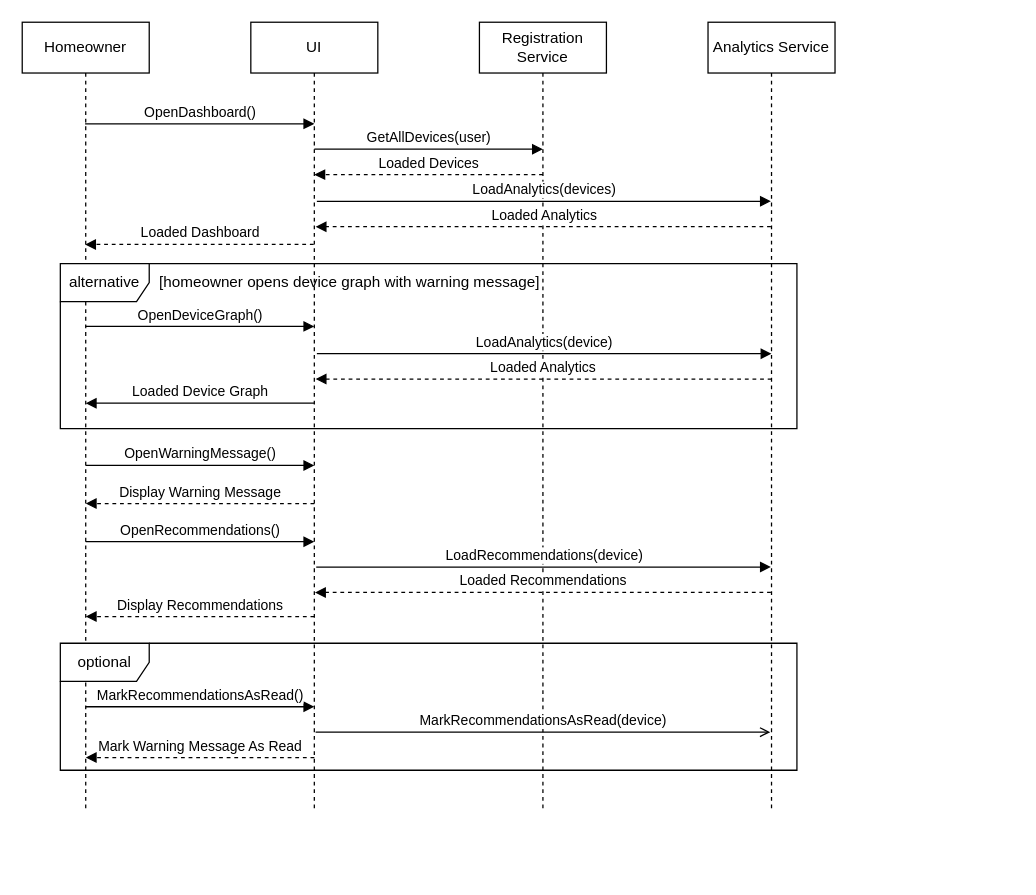
uvic-teach/project-m1-team15 keeps this draw.io diagram as milestone-2/sequence-diagrams/3_2_SequenceDiagram.drawio. Above is the earlier version. Source tidied: cells renumbered, new cells numbered last; positions are measured from the earlier drawing's top-left corner, leaving out a move shared by most shapes. Both pictures are drawn from the tidied source at 127%, with x=0, y=0 at pixel (22, 22).
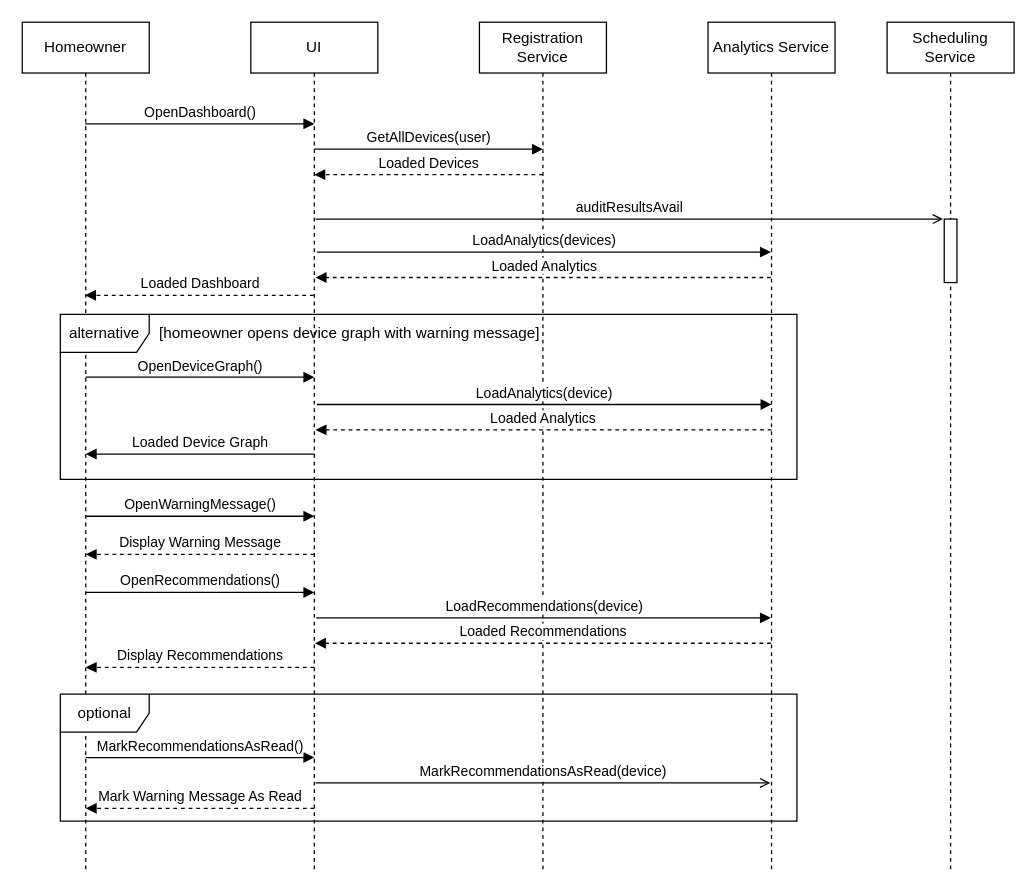
Above is the later version.

Commit message:
Add check for audit results 3_2_SequenceDiagram.drawio

Diff of the diagram source:
```diff
@@
     <mxCell id="2" value="Homeowner" style="shape=umlLifeline;perimeter=lifelinePerimeter;whiteSpace=wrap;html=1;outlineConnect=0;portConstraint=eastwest;newEdgeStyle={&quot;edgeStyle&quot;:&quot;elbowEdgeStyle&quot;,&quot;elbow&quot;:&quot;vertical&quot;,&quot;curved&quot;:0,&quot;rounded&quot;:0};" parent="1" vertex="1">
-      <mxGeometry width="100" height="620" as="geometry" />
+      <mxGeometry width="100" height="670" as="geometry" />
     </mxCell>
     <mxCell id="3" value="UI" style="shape=umlLifeline;perimeter=lifelinePerimeter;whiteSpace=wrap;html=1;newEdgeStyle={&quot;edgeStyle&quot;:&quot;elbowEdgeStyle&quot;,&quot;elbow&quot;:&quot;vertical&quot;,&quot;curved&quot;:0,&quot;rounded&quot;:0};" parent="1" vertex="1">
-      <mxGeometry x="180" width="100" height="620" as="geometry" />
+      <mxGeometry x="180" width="100" height="670" as="geometry" />
     </mxCell>
@@
     <mxCell id="5" value="Loaded Dashboard" style="html=1;verticalAlign=bottom;endArrow=block;edgeStyle=elbowEdgeStyle;elbow=vertical;curved=0;rounded=0;dashed=1;" parent="1" edge="1">
       <mxGeometry relative="1" as="geometry">
-        <mxPoint x="229.5" y="175" as="sourcePoint" />
-        <mxPoint x="49.5" y="175" as="targetPoint" />
+        <mxPoint x="229.5" y="215" as="sourcePoint" />
+        <mxPoint x="49.5" y="215" as="targetPoint" />
         <Array as="points">
-          <mxPoint x="150" y="175" />
+          <mxPoint x="150" y="215" />
         </Array>
       </mxGeometry>
     </mxCell>
     <mxCell id="6" value="Registration Service" style="shape=umlLifeline;perimeter=lifelinePerimeter;whiteSpace=wrap;html=1;newEdgeStyle={&quot;edgeStyle&quot;:&quot;elbowEdgeStyle&quot;,&quot;elbow&quot;:&quot;vertical&quot;,&quot;curved&quot;:0,&quot;rounded&quot;:0};" parent="1" vertex="1">
-      <mxGeometry x="360" width="100" height="620" as="geometry" />
+      <mxGeometry x="360" width="100" height="670" as="geometry" />
     </mxCell>
     <mxCell id="7" value="Analytics Service" style="shape=umlLifeline;perimeter=lifelinePerimeter;whiteSpace=wrap;html=1;outlineConnect=0;portConstraint=eastwest;newEdgeStyle={&quot;edgeStyle&quot;:&quot;elbowEdgeStyle&quot;,&quot;elbow&quot;:&quot;vertical&quot;,&quot;curved&quot;:0,&quot;rounded&quot;:0};" parent="1" vertex="1">
-      <mxGeometry x="540" width="100" height="620" as="geometry" />
+      <mxGeometry x="540" width="100" height="670" as="geometry" />
     </mxCell>
@@
-    <mxCell id="10" value="LoadAnalytics(devices)" style="html=1;verticalAlign=bottom;endArrow=block;edgeStyle=elbowEdgeStyle;elbow=vertical;curved=0;rounded=0;" parent="1" edge="1" target="7">
+    <mxCell id="10" value="LoadAnalytics(devices)" style="html=1;verticalAlign=bottom;endArrow=block;edgeStyle=elbowEdgeStyle;elbow=vertical;curved=0;rounded=0;" parent="1" edge="1">
       <mxGeometry relative="1" as="geometry">
-        <mxPoint x="232" y="141" as="sourcePoint" />
+        <mxPoint x="232" y="181" as="sourcePoint" />
+        <mxPoint x="589.5" y="181" as="targetPoint" />
         <Array as="points">
-          <mxPoint x="323" y="141" />
+          <mxPoint x="323" y="181" />
         </Array>
       </mxGeometry>
     </mxCell>
-    <mxCell id="11" value="Loaded Analytics" style="html=1;verticalAlign=bottom;endArrow=block;edgeStyle=elbowEdgeStyle;elbow=vertical;curved=0;rounded=0;dashed=1;" parent="1" edge="1" source="7">
+    <mxCell id="11" value="Loaded Analytics" style="html=1;verticalAlign=bottom;endArrow=block;edgeStyle=elbowEdgeStyle;elbow=vertical;curved=0;rounded=0;dashed=1;" parent="1" edge="1">
       <mxGeometry relative="1" as="geometry">
-        <mxPoint x="231" y="161" as="targetPoint" />
+        <mxPoint x="589.5" y="201" as="sourcePoint" />
+        <mxPoint x="231" y="201" as="targetPoint" />
         <Array as="points">
-          <mxPoint x="331.5" y="161" />
+          <mxPoint x="331.5" y="201" />
         </Array>
       </mxGeometry>
     </mxCell>
     <mxCell id="12" value="alternative" style="shape=umlFrame;whiteSpace=wrap;html=1;width=70;height=30;" parent="1" vertex="1">
-      <mxGeometry x="30" y="190" width="580" height="130" as="geometry" />
+      <mxGeometry x="30" y="230" width="580" height="130" as="geometry" />
     </mxCell>
     <mxCell id="13" value="[homeowner opens device graph with warning message]" style="text;html=1;strokeColor=none;fillColor=none;align=center;verticalAlign=middle;whiteSpace=wrap;rounded=0;" parent="1" vertex="1">
-      <mxGeometry x="103" y="190" width="310" height="30" as="geometry" />
+      <mxGeometry x="103" y="230" width="310" height="30" as="geometry" />
     </mxCell>
     <mxCell id="14" value="OpenDeviceGraph()" style="html=1;verticalAlign=bottom;endArrow=block;edgeStyle=elbowEdgeStyle;elbow=vertical;curved=0;rounded=0;" parent="1" edge="1">
       <mxGeometry relative="1" as="geometry">
-        <mxPoint x="50" y="239.5" as="sourcePoint" />
-        <mxPoint x="230" y="239.5" as="targetPoint" />
+        <mxPoint x="50" y="279.5" as="sourcePoint" />
+        <mxPoint x="230" y="279.5" as="targetPoint" />
         <Array as="points">
-          <mxPoint x="140" y="239.5" />
+          <mxPoint x="140" y="279.5" />
         </Array>
       </mxGeometry>
     </mxCell>
     <mxCell id="15" value="LoadAnalytics(device)" style="html=1;verticalAlign=bottom;endArrow=block;edgeStyle=elbowEdgeStyle;elbow=vertical;curved=0;rounded=0;" parent="1" edge="1">
       <mxGeometry relative="1" as="geometry">
-        <mxPoint x="232" y="261" as="sourcePoint" />
-        <mxPoint x="590" y="261" as="targetPoint" />
+        <mxPoint x="232" y="301" as="sourcePoint" />
+        <mxPoint x="590" y="301" as="targetPoint" />
         <Array as="points">
-          <mxPoint x="323" y="261" />
+          <mxPoint x="323" y="301" />
         </Array>
       </mxGeometry>
     </mxCell>
     <mxCell id="16" value="Loaded Analytics" style="html=1;verticalAlign=bottom;endArrow=block;edgeStyle=elbowEdgeStyle;elbow=vertical;curved=0;rounded=0;dashed=1;" parent="1" edge="1">
       <mxGeometry relative="1" as="geometry">
-        <mxPoint x="590" y="281" as="sourcePoint" />
-        <mxPoint x="231" y="281" as="targetPoint" />
+        <mxPoint x="590" y="321" as="sourcePoint" />
+        <mxPoint x="231" y="321" as="targetPoint" />
         <Array as="points">
-          <mxPoint x="331.5" y="281" />
+          <mxPoint x="331.5" y="321" />
         </Array>
       </mxGeometry>
     </mxCell>
     <mxCell id="17" value="Loaded Device Graph" style="html=1;verticalAlign=bottom;endArrow=block;edgeStyle=elbowEdgeStyle;elbow=vertical;curved=0;rounded=0;" parent="1" edge="1">
       <mxGeometry relative="1" as="geometry">
-        <mxPoint x="230" y="300" as="sourcePoint" />
-        <mxPoint x="50" y="300" as="targetPoint" />
+        <mxPoint x="230" y="340" as="sourcePoint" />
+        <mxPoint x="50" y="340" as="targetPoint" />
         <Array as="points">
-          <mxPoint x="150.5" y="300" />
+          <mxPoint x="150.5" y="340" />
         </Array>
       </mxGeometry>
     </mxCell>
     <mxCell id="18" value="OpenWarningMessage()" style="html=1;verticalAlign=bottom;endArrow=block;edgeStyle=elbowEdgeStyle;elbow=vertical;curved=0;rounded=0;" parent="1" edge="1">
       <mxGeometry relative="1" as="geometry">
-        <mxPoint x="50" y="349" as="sourcePoint" />
-        <mxPoint x="230" y="349" as="targetPoint" />
+        <mxPoint x="50" y="389" as="sourcePoint" />
+        <mxPoint x="230" y="389" as="targetPoint" />
         <Array as="points">
-          <mxPoint x="140" y="349" />
+          <mxPoint x="140" y="389" />
         </Array>
       </mxGeometry>
     </mxCell>
     <mxCell id="19" value="Display Warning Message" style="html=1;verticalAlign=bottom;endArrow=block;edgeStyle=elbowEdgeStyle;elbow=vertical;curved=0;rounded=0;dashed=1;" parent="1" edge="1">
       <mxGeometry relative="1" as="geometry">
-        <mxPoint x="230" y="379" as="sourcePoint" />
-        <mxPoint x="50" y="379" as="targetPoint" />
+        <mxPoint x="230" y="419" as="sourcePoint" />
+        <mxPoint x="50" y="419" as="targetPoint" />
         <Array as="points">
-          <mxPoint x="150.5" y="379" />
+          <mxPoint x="150.5" y="419" />
         </Array>
       </mxGeometry>
     </mxCell>
     <mxCell id="20" value="OpenRecommendations()" style="html=1;verticalAlign=bottom;endArrow=block;edgeStyle=elbowEdgeStyle;elbow=vertical;curved=0;rounded=0;" parent="1" edge="1">
       <mxGeometry relative="1" as="geometry">
-        <mxPoint x="50" y="409" as="sourcePoint" />
-        <mxPoint x="230" y="409" as="targetPoint" />
+        <mxPoint x="50" y="449" as="sourcePoint" />
+        <mxPoint x="230" y="449" as="targetPoint" />
         <Array as="points">
-          <mxPoint x="140" y="409" />
+          <mxPoint x="140" y="449" />
         </Array>
       </mxGeometry>
     </mxCell>
     <mxCell id="21" value="LoadRecommendations(device)" style="html=1;verticalAlign=bottom;endArrow=block;edgeStyle=elbowEdgeStyle;elbow=vertical;curved=0;rounded=0;" parent="1" edge="1">
       <mxGeometry relative="1" as="geometry">
-        <mxPoint x="231.5" y="429" as="sourcePoint" />
-        <mxPoint x="589.5" y="429" as="targetPoint" />
+        <mxPoint x="231.5" y="469" as="sourcePoint" />
+        <mxPoint x="589.5" y="469" as="targetPoint" />
         <Array as="points">
-          <mxPoint x="322.5" y="429" />
+          <mxPoint x="322.5" y="469" />
         </Array>
       </mxGeometry>
     </mxCell>
     <mxCell id="22" value="Loaded Recommendations" style="html=1;verticalAlign=bottom;endArrow=block;edgeStyle=elbowEdgeStyle;elbow=vertical;curved=0;rounded=0;dashed=1;" parent="1" edge="1">
       <mxGeometry relative="1" as="geometry">
-        <mxPoint x="589.5" y="449" as="sourcePoint" />
-        <mxPoint x="230.5" y="449" as="targetPoint" />
+        <mxPoint x="589.5" y="489" as="sourcePoint" />
+        <mxPoint x="230.5" y="489" as="targetPoint" />
         <Array as="points">
-          <mxPoint x="331" y="449" />
+          <mxPoint x="331" y="489" />
         </Array>
       </mxGeometry>
     </mxCell>
     <mxCell id="23" value="Display Recommendations" style="html=1;verticalAlign=bottom;endArrow=block;edgeStyle=elbowEdgeStyle;elbow=vertical;curved=0;rounded=0;dashed=1;" parent="1" edge="1">
       <mxGeometry relative="1" as="geometry">
-        <mxPoint x="230" y="468" as="sourcePoint" />
-        <mxPoint x="50" y="468" as="targetPoint" />
+        <mxPoint x="230" y="508" as="sourcePoint" />
+        <mxPoint x="50" y="508" as="targetPoint" />
         <Array as="points">
-          <mxPoint x="150.5" y="468" />
+          <mxPoint x="150.5" y="508" />
         </Array>
       </mxGeometry>
     </mxCell>
     <mxCell id="24" value="optional" style="shape=umlFrame;whiteSpace=wrap;html=1;width=70;height=30;" parent="1" vertex="1">
-      <mxGeometry x="30" y="489" width="580" height="100" as="geometry" />
+      <mxGeometry x="30" y="529" width="580" height="100" as="geometry" />
     </mxCell>
     <mxCell id="25" value="MarkRecommendationsAsRead()" style="html=1;verticalAlign=bottom;endArrow=block;edgeStyle=elbowEdgeStyle;elbow=vertical;curved=0;rounded=0;endFill=1;" parent="1" edge="1">
       <mxGeometry relative="1" as="geometry">
-        <mxPoint x="50" y="539" as="sourcePoint" />
-        <mxPoint x="230" y="539" as="targetPoint" />
+        <mxPoint x="50" y="579" as="sourcePoint" />
+        <mxPoint x="230" y="579" as="targetPoint" />
         <Array as="points">
-          <mxPoint x="140" y="539" />
+          <mxPoint x="140" y="579" />
         </Array>
       </mxGeometry>
     </mxCell>
     <mxCell id="26" value="MarkRecommendationsAsRead(device)" style="html=1;verticalAlign=bottom;endArrow=open;edgeStyle=elbowEdgeStyle;elbow=vertical;curved=0;rounded=0;endFill=0;" parent="1" edge="1">
       <mxGeometry relative="1" as="geometry">
-        <mxPoint x="231" y="559" as="sourcePoint" />
-        <mxPoint x="589" y="559" as="targetPoint" />
+        <mxPoint x="231" y="599" as="sourcePoint" />
+        <mxPoint x="589" y="599" as="targetPoint" />
         <Array as="points">
-          <mxPoint x="322" y="559" />
+          <mxPoint x="322" y="599" />
         </Array>
       </mxGeometry>
     </mxCell>
     <mxCell id="27" value="Mark Warning Message As Read" style="html=1;verticalAlign=bottom;endArrow=block;edgeStyle=elbowEdgeStyle;elbow=vertical;curved=0;rounded=0;dashed=1;" parent="1" edge="1">
       <mxGeometry relative="1" as="geometry">
-        <mxPoint x="230" y="579" as="sourcePoint" />
-        <mxPoint x="50" y="579" as="targetPoint" />
+        <mxPoint x="230" y="619" as="sourcePoint" />
+        <mxPoint x="50" y="619" as="targetPoint" />
         <Array as="points">
-          <mxPoint x="150.5" y="579" />
+          <mxPoint x="150.5" y="619" />
         </Array>
       </mxGeometry>
     </mxCell>
+    <mxCell id="28" value="auditResultsAvail" style="html=1;verticalAlign=bottom;endArrow=open;edgeStyle=elbowEdgeStyle;elbow=vertical;curved=0;rounded=0;endFill=0;" parent="1" edge="1">
+      <mxGeometry relative="1" as="geometry">
+        <mxPoint x="231" y="155" as="sourcePoint" />
+        <mxPoint x="725" y="155" as="targetPoint" />
+        <Array as="points">
+          <mxPoint x="326" y="155" />
+        </Array>
+      </mxGeometry>
+    </mxCell>
+    <mxCell id="29" value="Scheduling Service" style="shape=umlLifeline;perimeter=lifelinePerimeter;whiteSpace=wrap;html=1;newEdgeStyle={&quot;edgeStyle&quot;:&quot;elbowEdgeStyle&quot;,&quot;elbow&quot;:&quot;vertical&quot;,&quot;curved&quot;:0,&quot;rounded&quot;:0};" parent="1" vertex="1">
+      <mxGeometry x="681" width="100" height="670" as="geometry" />
+    </mxCell>
+    <mxCell id="30" style="html=1;perimeter=orthogonalPerimeter;targetShapes=umlLifeline;newEdgeStyle={&quot;curved&quot;:0,&quot;rounded&quot;:0};" parent="29" vertex="1">
+      <mxGeometry x="45" y="155" width="10" height="50" as="geometry" />
+    </mxCell>
```
